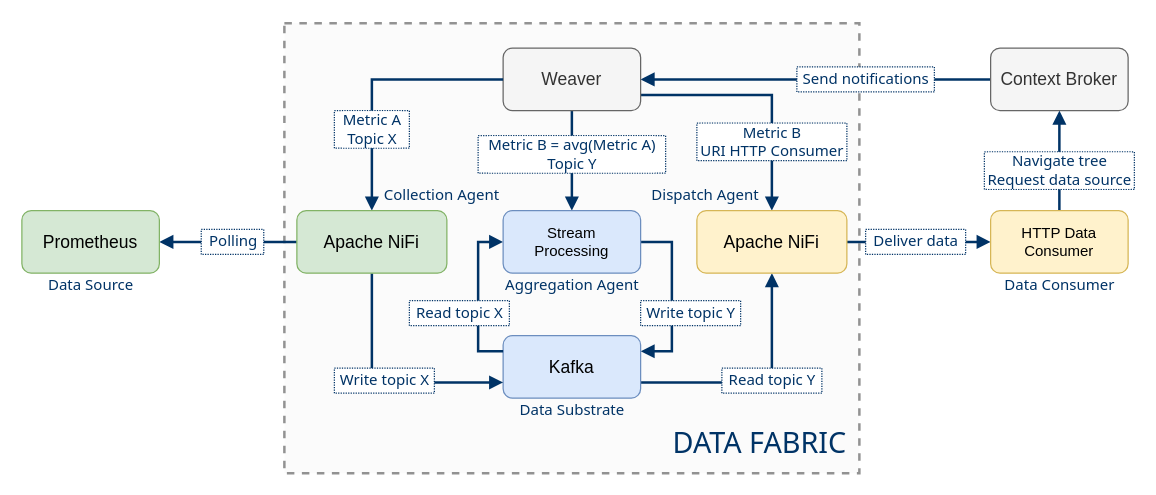
Above: page "data fabric" (5 of 7) of docs/semantic aggregator.drawio in giros-dit/semantic-data-aggregator (draw.io), before the change. Source tidied: cells renumbered, new cells numbered last; positions are measured from the earlier drawing's top-left corner, leaving out a move shared by most shapes. Both pictures are drawn from the tidied source at 125%, with x=0, y=0 at pixel (21, 22).
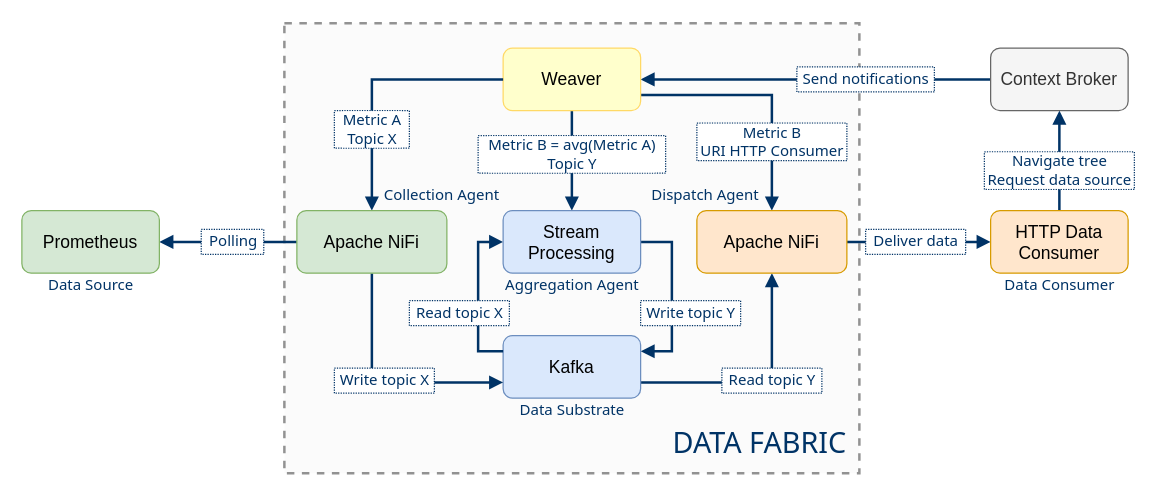
The same page after the edit.

Change to the diagram source:
```diff
@@
-    <mxCell id="12" value="Weaver" style="rounded=1;whiteSpace=wrap;html=1;fontFamily=Helvetica;fillColor=#f5f5f5;strokeColor=#666666;fontColor=#333333;fontSize=14;" parent="1" vertex="1">
+    <mxCell id="12" value="Weaver" style="rounded=1;whiteSpace=wrap;html=1;fontFamily=Helvetica;fontSize=14;strokeColor=#FFD966;fillColor=#FFFFCC;" parent="1" vertex="1">
       <mxGeometry x="385" y="20" width="110" height="50" as="geometry" />
     </mxCell>
@@
-    <mxCell id="15" value="HTTP Data Consumer" style="rounded=1;whiteSpace=wrap;html=1;fontFamily=Helvetica;fillColor=#fff2cc;strokeColor=#d6b656;" parent="1" vertex="1">
+    <mxCell id="15" value="HTTP Data Consumer" style="rounded=1;whiteSpace=wrap;html=1;fontFamily=Helvetica;fillColor=#ffe6cc;strokeColor=#d79b00;fontSize=14;" parent="1" vertex="1">
       <mxGeometry x="775" y="150" width="110" height="50" as="geometry" />
     </mxCell>
@@
-    <mxCell id="21" value="Stream &lt;br&gt;Processing" style="rounded=1;whiteSpace=wrap;html=1;fontFamily=Helvetica;fillColor=#dae8fc;strokeColor=#6c8ebf;" parent="1" vertex="1">
+    <mxCell id="21" value="Stream &lt;br style=&quot;font-size: 14px;&quot;&gt;Processing" style="rounded=1;whiteSpace=wrap;html=1;fontFamily=Helvetica;fillColor=#dae8fc;strokeColor=#6c8ebf;fontSize=14;" parent="1" vertex="1">
       <mxGeometry x="385" y="150" width="110" height="50" as="geometry" />
     </mxCell>
@@
-    <mxCell id="23" value="Apache NiFi" style="rounded=1;whiteSpace=wrap;html=1;fontFamily=Helvetica;fillColor=#fff2cc;strokeColor=#d6b656;fontSize=14;" parent="1" vertex="1">
+    <mxCell id="23" value="Apache NiFi" style="rounded=1;whiteSpace=wrap;html=1;fontFamily=Helvetica;fillColor=#ffe6cc;strokeColor=#d79b00;fontSize=14;" parent="1" vertex="1">
       <mxGeometry x="540" y="150" width="120" height="50" as="geometry" />
     </mxCell>
```
